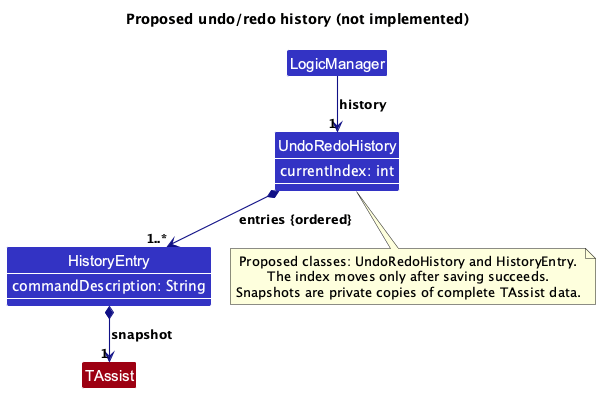
AY2627S1-CS2103T-T12-4/tp keeps this PlantUML diagram as docs/images/UndoRedoHistoryClassDiagram.png. Above is the earlier version.
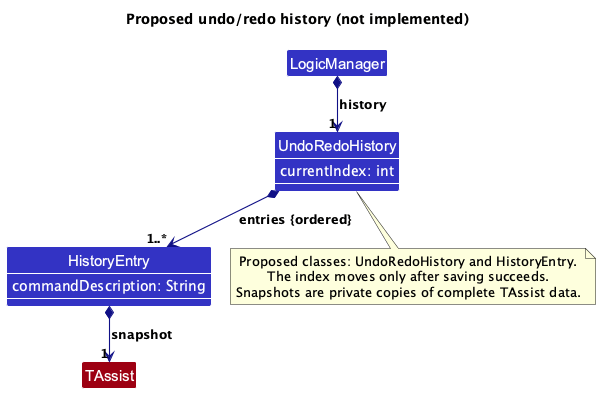
Later version of the same file.

Commit message:
Show the undo/redo history as a composition

The text says LogicManager owns its history, and the diagram's other
links already use composition, but the history link is a plain
association.

Diff of the diagram source:
```diff
@@ -18,7 +18,7 @@
 
 show UndoRedoHistory members
 show HistoryEntry members
-LogicManager --> "1" UndoRedoHistory : history
+LogicManager *--> "1" UndoRedoHistory : history
 UndoRedoHistory *--> "1..*" HistoryEntry : entries {ordered}
 HistoryEntry *--> "1" TAssist : snapshot
 
```
